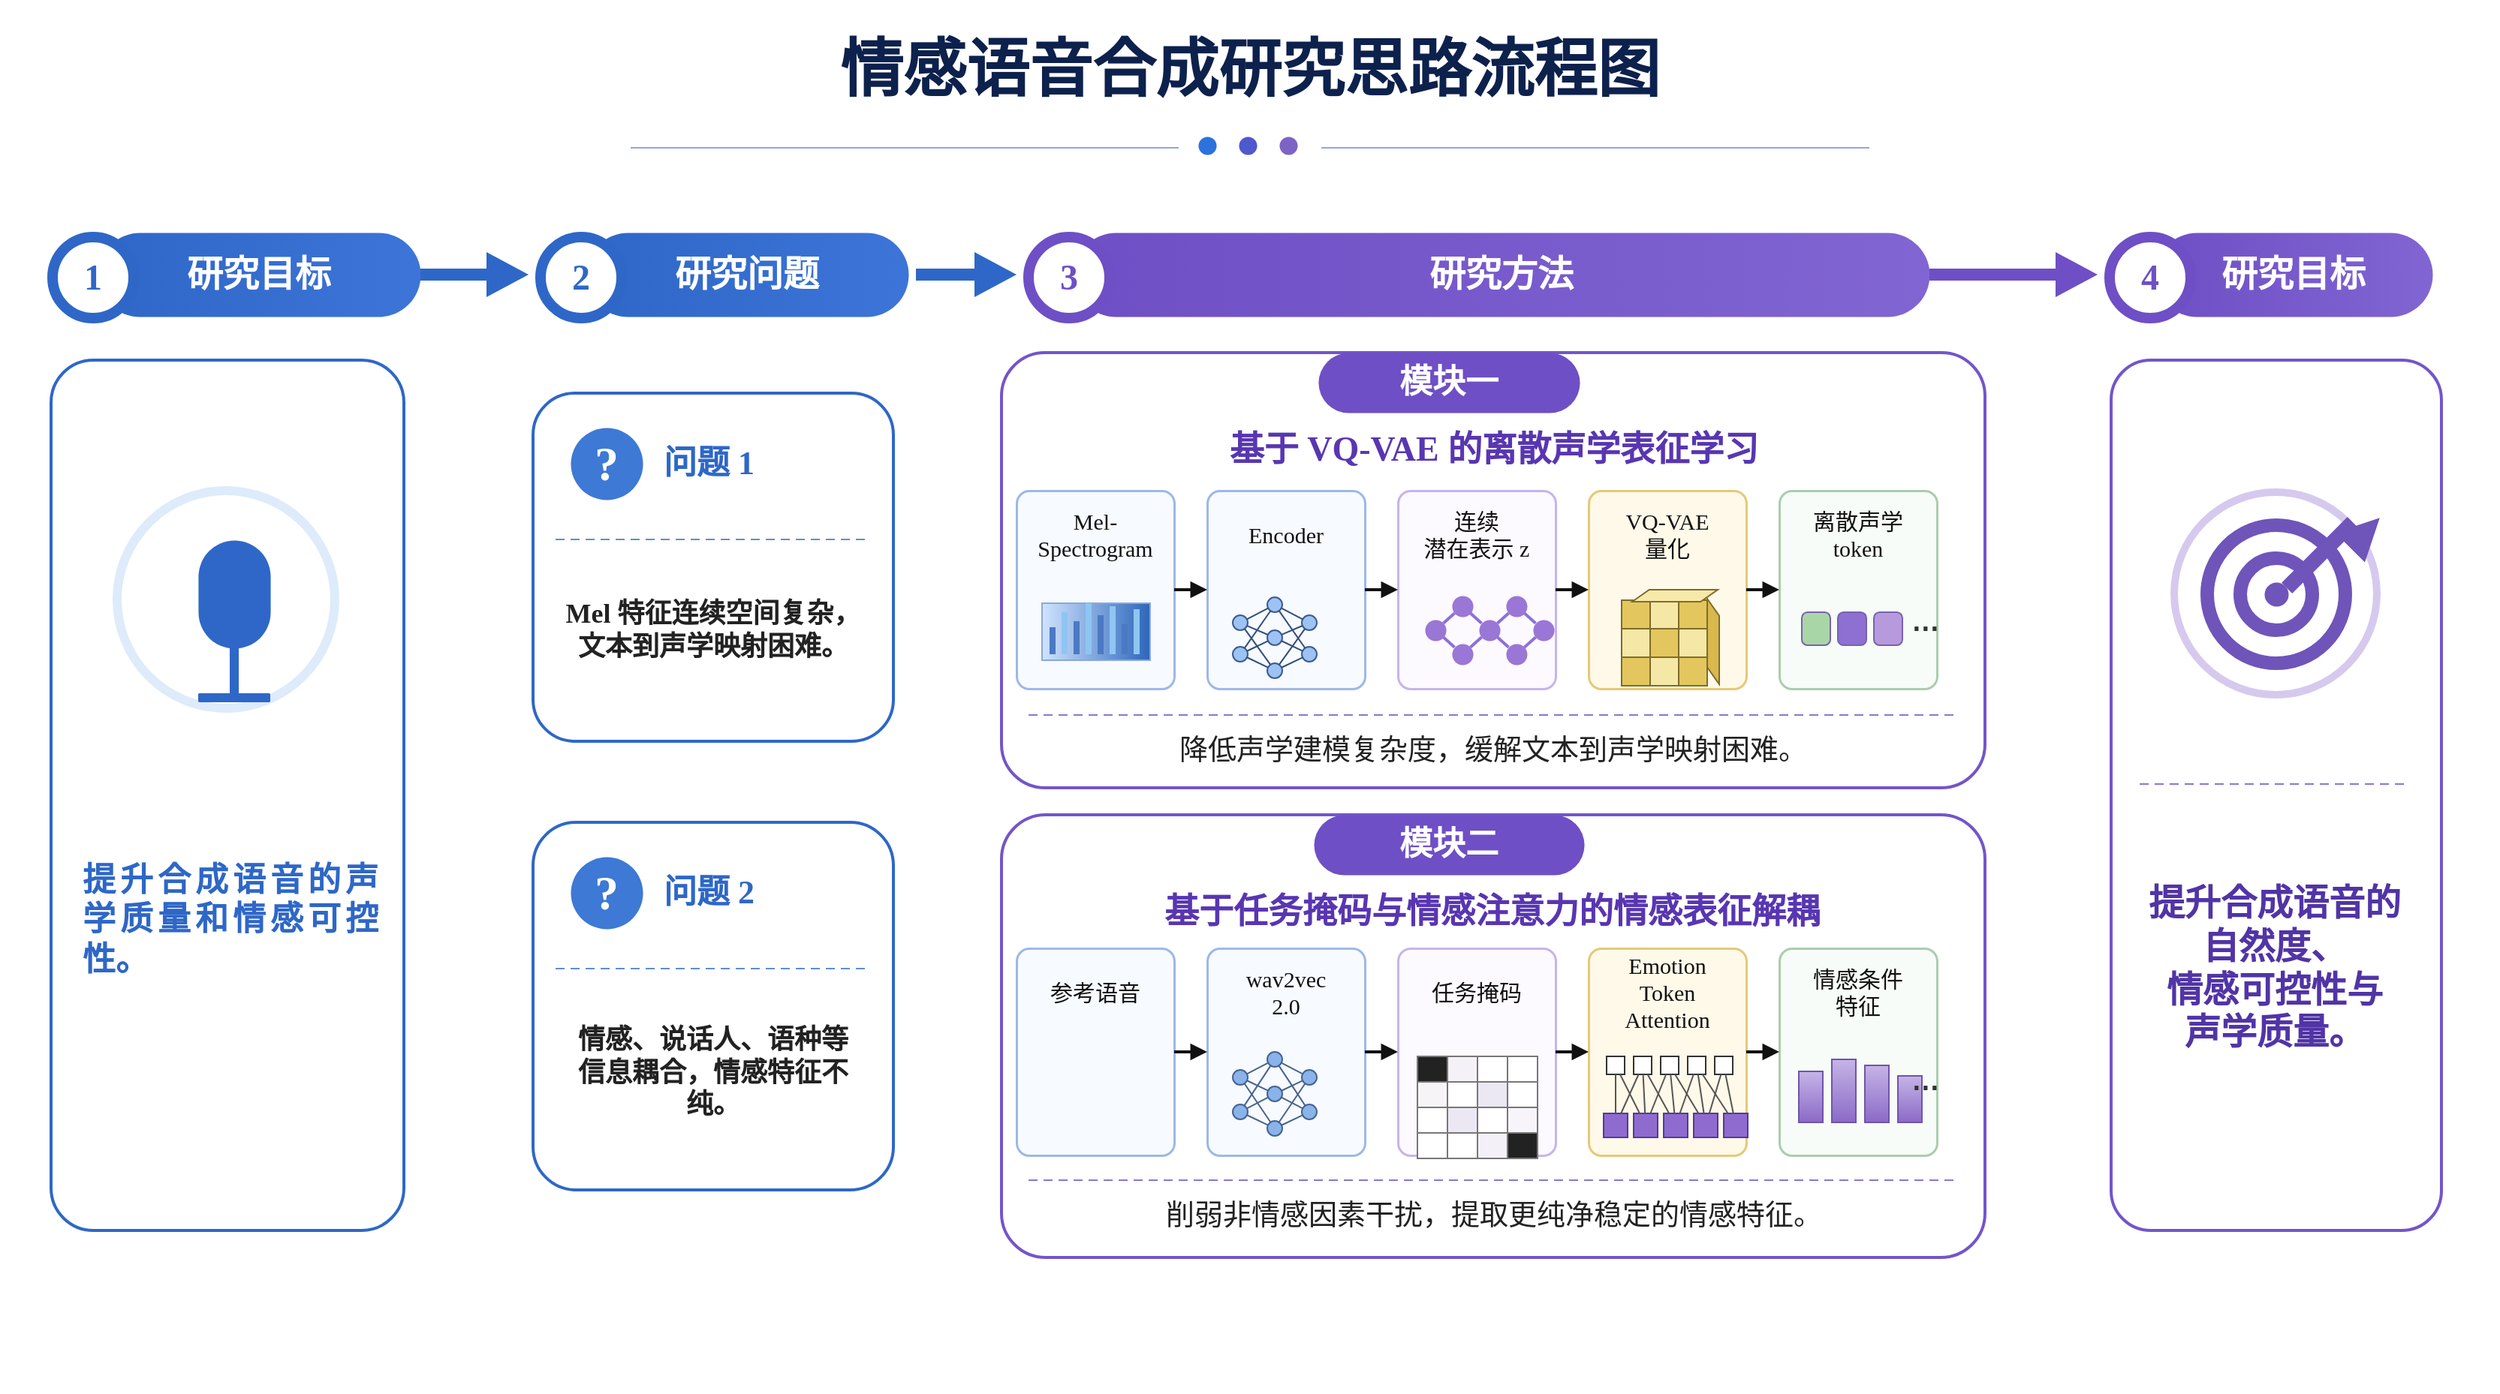
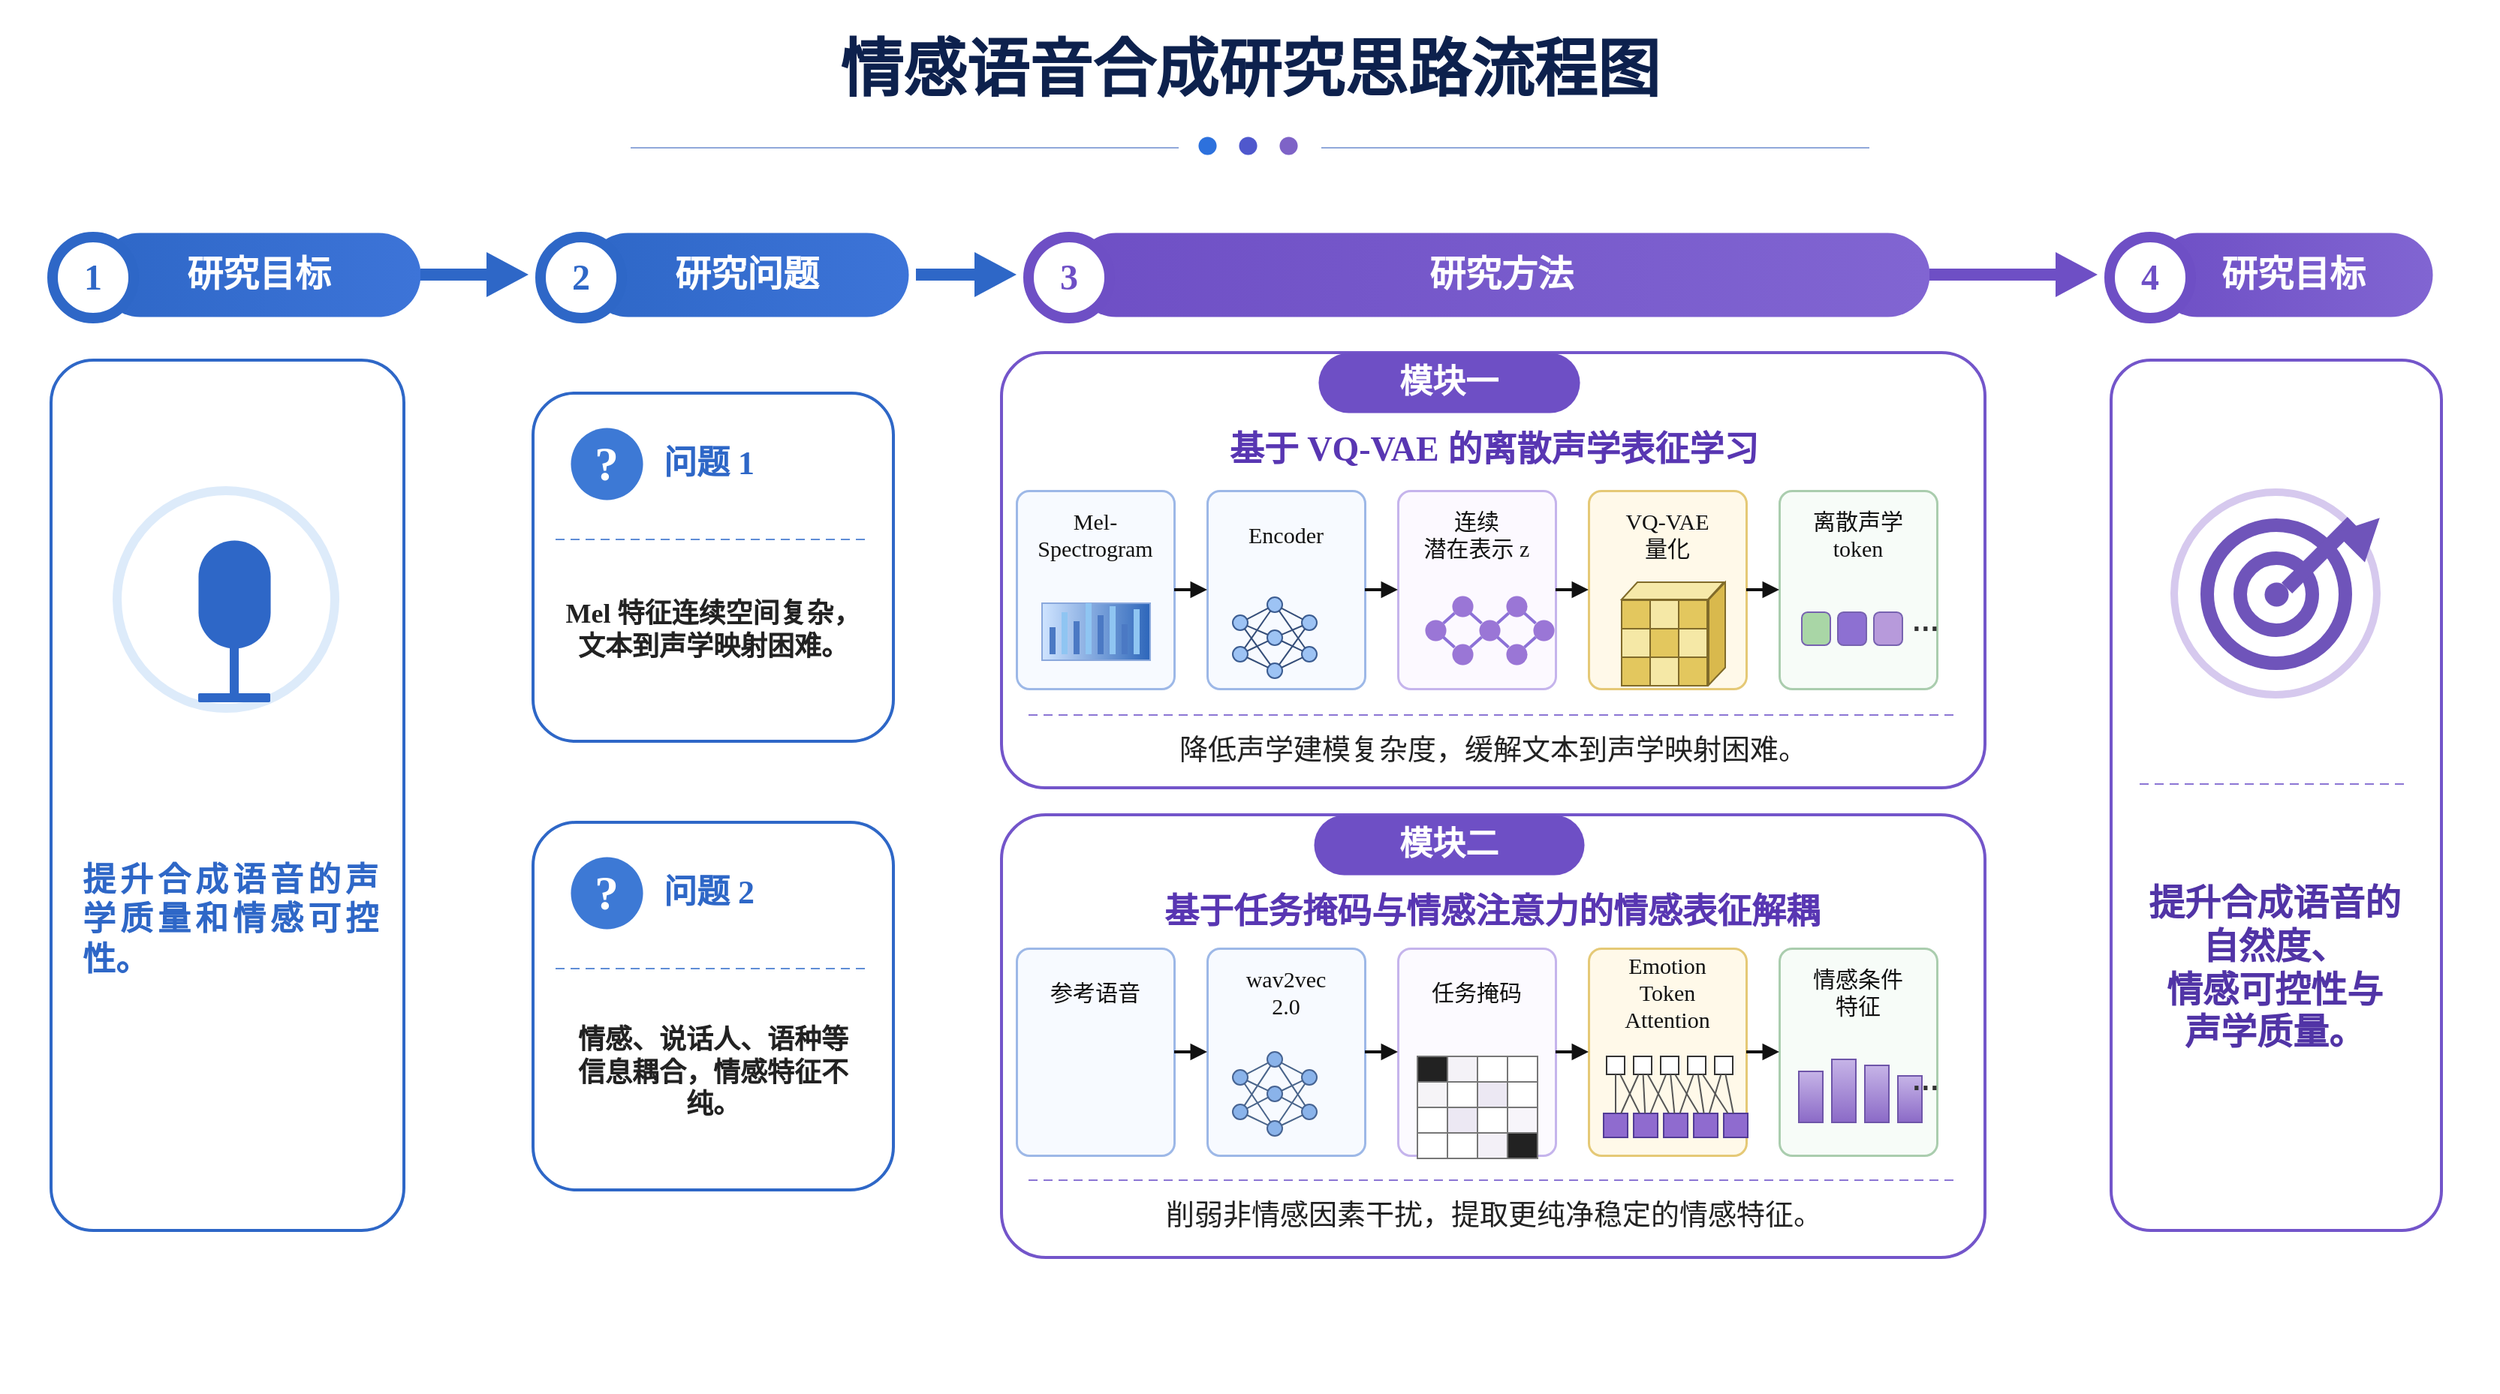
<mxfile host="app.diagrams.net">
  <diagram name="第 1 页" id="fVVEHDjkvuh4-jfM98xs">
-     <mxGraphModel dx="1717" dy="1070" grid="1" gridSize="10" guides="1" tooltips="1" connect="1" arrows="1" fold="1" page="1" pageScale="1" pageWidth="1664" pageHeight="928" math="1" shadow="0">
+     <mxGraphModel dx="1030" dy="642" grid="1" gridSize="1" guides="1" tooltips="1" connect="1" arrows="1" fold="1" page="1" pageScale="1" pageWidth="1664" pageHeight="928" math="1" shadow="0">
      <root>
        <mxCell id="0" />
        <mxCell id="1" parent="0" />
        <mxCell id="v2" parent="1" style="shape=rect;fillColor=#FFFFFF;strokeColor=none;fontFamily=Comic Sans MS;" value="" vertex="1">
          <mxGeometry height="928" width="1664" as="geometry" />
        </mxCell>
        <mxCell id="v3" parent="1" style="text;html=1;whiteSpace=wrap;align=center;verticalAlign=middle;fontFamily=Comic Sans MS;fontSize=42;fontColor=#0D214D;fontStyle=1;spacing=0;" value="情感语音合成研究思路流程图" vertex="1">
          <mxGeometry height="58" width="885" x="390" y="18" as="geometry" />
        </mxCell>
        <mxCell id="v4" parent="1" style="shape=line;strokeColor=#90A8DA;strokeWidth=1;fontFamily=Comic Sans MS;" value="" vertex="1">
          <mxGeometry height="1" width="365" x="420" y="98" as="geometry" />
        </mxCell>
        <mxCell id="v5" parent="1" style="shape=line;strokeColor=#90A8DA;strokeWidth=1;fontFamily=Comic Sans MS;" value="" vertex="1">
          <mxGeometry height="1" width="365" x="880" y="98" as="geometry" />
        </mxCell>
        <mxCell id="v6" parent="1" style="ellipse;whiteSpace=wrap;html=1;fillColor=#2D71DD;strokeColor=#2D71DD;strokeWidth=0;fontFamily=Comic Sans MS;" value="" vertex="1">
          <mxGeometry height="12" width="12" x="798" y="91" as="geometry" />
        </mxCell>
        <mxCell id="v7" parent="1" style="ellipse;whiteSpace=wrap;html=1;fillColor=#4F58CD;strokeColor=#4F58CD;strokeWidth=0;fontFamily=Comic Sans MS;" value="" vertex="1">
          <mxGeometry height="12" width="12" x="825" y="91" as="geometry" />
        </mxCell>
        <mxCell id="v8" parent="1" style="ellipse;whiteSpace=wrap;html=1;fillColor=#7E63C7;strokeColor=#7E63C7;strokeWidth=0;fontFamily=Comic Sans MS;" value="" vertex="1">
          <mxGeometry height="12" width="12" x="852" y="91" as="geometry" />
        </mxCell>
        <mxCell id="v9" parent="1" style="rounded=1;arcSize=50;whiteSpace=wrap;html=1;fillColor=#2E67C7;strokeColor=none;strokeWidth=0;fontFamily=Comic Sans MS;gradientColor=#3D74D8;gradientDirection=east;fontSize=24;fontColor=#FFFFFF;fontStyle=1;align=center;verticalAlign=middle;" value="研究目标" vertex="1">
          <mxGeometry height="56" width="215" x="65" y="155" as="geometry" />
        </mxCell>
        <mxCell id="v10" parent="1" style="ellipse;whiteSpace=wrap;html=1;fillColor=#FFFFFF;strokeColor=#2E67C7;strokeWidth=7;fontFamily=Comic Sans MS;fontSize=24;fontColor=#2E67C7;fontStyle=1;align=center;verticalAlign=middle;" value="1" vertex="1">
          <mxGeometry height="54" width="54" x="35" y="158" as="geometry" />
        </mxCell>
        <mxCell id="v11" parent="1" style="rounded=1;arcSize=50;whiteSpace=wrap;html=1;fillColor=#2E67C7;strokeColor=none;strokeWidth=0;fontFamily=Comic Sans MS;gradientColor=#3D74D8;gradientDirection=east;fontSize=24;fontColor=#FFFFFF;fontStyle=1;align=center;verticalAlign=middle;" value="研究问题" vertex="1">
          <mxGeometry height="56" width="215" x="390" y="155" as="geometry" />
        </mxCell>
        <mxCell id="v12" parent="1" style="ellipse;whiteSpace=wrap;html=1;fillColor=#FFFFFF;strokeColor=#2E67C7;strokeWidth=7;fontFamily=Comic Sans MS;fontSize=24;fontColor=#2E67C7;fontStyle=1;align=center;verticalAlign=middle;" value="2" vertex="1">
          <mxGeometry height="54" width="54" x="360" y="158" as="geometry" />
        </mxCell>
        <mxCell id="v13" parent="1" style="rounded=1;arcSize=50;whiteSpace=wrap;html=1;fillColor=#6E4FC5;strokeColor=none;strokeWidth=0;fontFamily=Comic Sans MS;gradientColor=#8165D2;gradientDirection=east;fontSize=24;fontColor=#FFFFFF;fontStyle=1;align=center;verticalAlign=middle;" value="研究方法" vertex="1">
          <mxGeometry height="56" width="570" x="715" y="155" as="geometry" />
        </mxCell>
        <mxCell id="v14" parent="1" style="ellipse;whiteSpace=wrap;html=1;fillColor=#FFFFFF;strokeColor=#6E4FC5;strokeWidth=7;fontFamily=Comic Sans MS;fontSize=24;fontColor=#6E4FC5;fontStyle=1;align=center;verticalAlign=middle;" value="3" vertex="1">
          <mxGeometry height="54" width="54" x="685" y="158" as="geometry" />
        </mxCell>
        <mxCell id="v15" parent="1" style="rounded=1;arcSize=50;whiteSpace=wrap;html=1;fillColor=#6E4FC5;strokeColor=none;strokeWidth=0;fontFamily=Comic Sans MS;gradientColor=#8165D2;gradientDirection=east;fontSize=24;fontColor=#FFFFFF;fontStyle=1;align=center;verticalAlign=middle;" value="研究目标" vertex="1">
          <mxGeometry height="56" width="185" x="1435" y="155" as="geometry" />
        </mxCell>
        <mxCell id="v16" parent="1" style="ellipse;whiteSpace=wrap;html=1;fillColor=#FFFFFF;strokeColor=#6E4FC5;strokeWidth=7;fontFamily=Comic Sans MS;fontSize=24;fontColor=#6E4FC5;fontStyle=1;align=center;verticalAlign=middle;" value="4" vertex="1">
          <mxGeometry height="54" width="54" x="1405" y="158" as="geometry" />
        </mxCell>
        <mxCell id="v17" parent="1" style="shape=rect;fillColor=#2E67C7;strokeColor=none;fontFamily=Comic Sans MS;" value="" vertex="1">
          <mxGeometry height="8" width="52" x="280" y="179" as="geometry" />
        </mxCell>
        <mxCell id="v18" parent="1" style="shape=triangle;direction=east;fillColor=#2E67C7;strokeColor=none;fontFamily=Comic Sans MS;" value="" vertex="1">
          <mxGeometry height="30" width="28" x="324" y="168" as="geometry" />
        </mxCell>
        <mxCell id="v19" parent="1" style="shape=rect;fillColor=#2E67C7;strokeColor=none;fontFamily=Comic Sans MS;" value="" vertex="1">
          <mxGeometry height="8" width="47" x="610" y="179" as="geometry" />
        </mxCell>
        <mxCell id="v20" parent="1" style="shape=triangle;direction=east;fillColor=#2E67C7;strokeColor=none;fontFamily=Comic Sans MS;" value="" vertex="1">
          <mxGeometry height="30" width="28" x="649" y="168" as="geometry" />
        </mxCell>
        <mxCell id="v21" parent="1" style="shape=rect;fillColor=#6E4FC5;strokeColor=none;fontFamily=Comic Sans MS;" value="" vertex="1">
          <mxGeometry height="8" width="92" x="1285" y="179" as="geometry" />
        </mxCell>
        <mxCell id="v22" parent="1" style="shape=triangle;direction=east;fillColor=#6E4FC5;strokeColor=none;fontFamily=Comic Sans MS;" value="" vertex="1">
          <mxGeometry height="30" width="28" x="1369" y="168" as="geometry" />
        </mxCell>
        <mxCell id="v23" parent="1" style="rounded=1;arcSize=12;whiteSpace=wrap;html=1;fillColor=#FFFFFF;strokeColor=#2E67C7;strokeWidth=2;fontFamily=Comic Sans MS;" value="" vertex="1">
          <mxGeometry height="580" width="235" x="34" y="240" as="geometry" />
        </mxCell>
        <mxCell id="v24" parent="1" style="rounded=1;arcSize=12;whiteSpace=wrap;html=1;fillColor=#FFFFFF;strokeColor=#2E67C7;strokeWidth=2;fontFamily=Comic Sans MS;" value="" vertex="1">
          <mxGeometry height="232" width="240" x="355" y="262" as="geometry" />
        </mxCell>
        <mxCell id="v25" parent="1" style="rounded=1;arcSize=12;whiteSpace=wrap;html=1;fillColor=#FFFFFF;strokeColor=#2E67C7;strokeWidth=2;fontFamily=Comic Sans MS;" value="" vertex="1">
          <mxGeometry height="245" width="240" x="355" y="548" as="geometry" />
        </mxCell>
        <mxCell id="v26" parent="1" style="rounded=1;arcSize=10;whiteSpace=wrap;html=1;fillColor=#FFFFFF;strokeColor=#7355CA;strokeWidth=2;fontFamily=Comic Sans MS;" value="" vertex="1">
          <mxGeometry height="290" width="655" x="667" y="235" as="geometry" />
        </mxCell>
        <mxCell id="v27" parent="1" style="rounded=1;arcSize=10;whiteSpace=wrap;html=1;fillColor=#FFFFFF;strokeColor=#7355CA;strokeWidth=2;fontFamily=Comic Sans MS;" value="" vertex="1">
          <mxGeometry height="295" width="655" x="667" y="543" as="geometry" />
        </mxCell>
        <mxCell id="v28" parent="1" style="rounded=1;arcSize=12;whiteSpace=wrap;html=1;fillColor=#FFFFFF;strokeColor=#7355CA;strokeWidth=2;fontFamily=Comic Sans MS;" value="" vertex="1">
          <mxGeometry height="580" width="220" x="1406" y="240" as="geometry" />
        </mxCell>
        <mxCell id="v29" parent="1" style="ellipse;whiteSpace=wrap;html=1;fillColor=#FFFFFF;strokeColor=#DDEBFA;strokeWidth=6;fontFamily=Comic Sans MS;" value="" vertex="1">
          <mxGeometry height="145" width="145" x="78" y="327" as="geometry" />
        </mxCell>
        <mxCell id="v30" parent="1" style="rounded=1;arcSize=50;whiteSpace=wrap;html=1;fillColor=#2E67C7;strokeColor=#2E67C7;strokeWidth=0;fontFamily=Comic Sans MS;" value="" vertex="1">
          <mxGeometry height="72" width="48" x="132" y="360" as="geometry" />
        </mxCell>
        <mxCell id="v31" parent="1" style="shape=mxgraph.basic.arc;startAngle=180;endAngle=360;fillColor=none;strokeColor=#2E67C7;strokeWidth=5;fontFamily=Comic Sans MS;" value="" vertex="1">
          <mxGeometry height="58" width="70" x="121" y="388" as="geometry" />
        </mxCell>
        <mxCell id="v32" parent="1" style="shape=rect;fillColor=#2E67C7;strokeColor=none;fontFamily=Comic Sans MS;" value="" vertex="1">
          <mxGeometry height="34" width="6" x="153" y="431" as="geometry" />
        </mxCell>
        <mxCell id="v33" parent="1" style="shape=rect;fillColor=#2E67C7;strokeColor=none;rounded=1;fontFamily=Comic Sans MS;" value="" vertex="1">
          <mxGeometry height="6" width="48" x="132" y="462" as="geometry" />
        </mxCell>
        <mxCell id="v34" parent="1" style="shape=mxgraph.basic.arc;startAngle=90;endAngle=270;direction=west;fillColor=none;strokeColor=#2E67C7;strokeWidth=4;fontFamily=Comic Sans MS;" value="" vertex="1">
          <mxGeometry height="38" width="18" x="90" y="380" as="geometry" />
        </mxCell>
        <mxCell id="v35" parent="1" style="shape=mxgraph.basic.arc;startAngle=90;endAngle=270;direction=west;fillColor=none;strokeColor=#2E67C7;strokeWidth=4;fontFamily=Comic Sans MS;" value="" vertex="1">
          <mxGeometry height="54" width="28" x="82" y="372" as="geometry" />
        </mxCell>
        <mxCell id="v36" parent="1" style="shape=mxgraph.basic.arc;startAngle=90;endAngle=270;direction=east;fillColor=none;strokeColor=#2E67C7;strokeWidth=4;fontFamily=Comic Sans MS;" value="" vertex="1">
          <mxGeometry height="38" width="18" x="193" y="380" as="geometry" />
        </mxCell>
        <mxCell id="v37" parent="1" style="shape=mxgraph.basic.arc;startAngle=90;endAngle=270;direction=east;fillColor=none;strokeColor=#2E67C7;strokeWidth=4;fontFamily=Comic Sans MS;" value="" vertex="1">
          <mxGeometry height="54" width="28" x="192" y="372" as="geometry" />
        </mxCell>
        <mxCell id="v38" parent="1" style="text;html=1;whiteSpace=wrap;align=left;verticalAlign=middle;fontFamily=Comic Sans MS;fontSize=22;fontColor=#111111;fontStyle=0;spacing=0;" value="&lt;div style=&quot;text-align: justify;&quot;&gt;&lt;b style=&quot;background-color: transparent; color: light-dark(rgb(46, 103, 199), rgb(237, 237, 237));&quot;&gt;提升合成语音的声学质量和情感可控性。&lt;/b&gt;&lt;/div&gt;" vertex="1">
          <mxGeometry height="225" width="195" x="55" y="500" as="geometry" />
        </mxCell>
        <mxCell id="v39" parent="1" style="ellipse;whiteSpace=wrap;html=1;fillColor=#3D79D5;strokeColor=#3D79D5;strokeWidth=0;fontFamily=Comic Sans MS;fontSize=32;fontColor=#FFFFFF;fontStyle=1;align=center;verticalAlign=middle;" value="?" vertex="1">
          <mxGeometry height="48" width="48" x="380" y="285" as="geometry" />
        </mxCell>
        <mxCell id="v40" parent="1" style="text;html=1;whiteSpace=wrap;align=left;verticalAlign=middle;fontFamily=Comic Sans MS;fontSize=22;fontColor=#2E67C7;fontStyle=1;spacing=0;" value="问题 1" vertex="1">
          <mxGeometry height="44" width="120" x="442" y="287" as="geometry" />
        </mxCell>
        <mxCell id="v41" parent="1" style="shape=line;strokeColor=#5F8DD6;strokeWidth=1;dashed=1;dashPattern=6 4;fontFamily=Comic Sans MS;" value="" vertex="1">
          <mxGeometry height="1" width="210" x="370" y="359" as="geometry" />
        </mxCell>
        <mxCell id="v42" parent="1" style="ellipse;whiteSpace=wrap;html=1;fillColor=#3D79D5;strokeColor=#3D79D5;strokeWidth=0;fontFamily=Comic Sans MS;fontSize=32;fontColor=#FFFFFF;fontStyle=1;align=center;verticalAlign=middle;" value="?" vertex="1">
          <mxGeometry height="48" width="48" x="380" y="571" as="geometry" />
        </mxCell>
        <mxCell id="v43" parent="1" style="text;html=1;whiteSpace=wrap;align=left;verticalAlign=middle;fontFamily=Comic Sans MS;fontSize=22;fontColor=#2E67C7;fontStyle=1;spacing=0;" value="问题 2" vertex="1">
          <mxGeometry height="44" width="120" x="442" y="573" as="geometry" />
        </mxCell>
        <mxCell id="v44" parent="1" style="shape=line;strokeColor=#5F8DD6;strokeWidth=1;dashed=1;dashPattern=6 4;fontFamily=Comic Sans MS;" value="" vertex="1">
          <mxGeometry height="1" width="210" x="370" y="645" as="geometry" />
        </mxCell>
        <mxCell id="v45" parent="1" style="text;html=1;whiteSpace=wrap;align=center;verticalAlign=middle;fontFamily=Comic Sans MS;fontSize=18;fontColor=#222222;fontStyle=0;spacing=0;" value="&lt;b&gt;Mel 特征连续空间复杂，&lt;br&gt;文本到声学映射困难。&lt;/b&gt;" vertex="1">
          <mxGeometry height="110" width="210" x="370" y="365" as="geometry" />
        </mxCell>
        <mxCell id="v46" parent="1" style="text;html=1;whiteSpace=wrap;align=center;verticalAlign=middle;fontFamily=Comic Sans MS;fontSize=18;fontColor=#222222;fontStyle=0;spacing=0;" value="&lt;b&gt;情感、说话人、语种等&lt;br&gt;信息耦合，情感特征不纯。&lt;/b&gt;" vertex="1">
          <mxGeometry height="115" width="210" x="370" y="657" as="geometry" />
        </mxCell>
        <mxCell id="e47" edge="1" parent="1" style="edgeStyle=orthogonalEdgeStyle;rounded=0;html=1;strokeColor=#3B72CA;strokeWidth=3;dashed=1;dashPattern=6 4;endArrow=block;endFill=1;" value="">
          <mxGeometry relative="1" as="geometry">
            <Array as="points">
              <mxPoint x="278" y="510" />
              <mxPoint x="310" y="510" />
              <mxPoint x="310" y="378" />
              <mxPoint x="350" y="378" />
            </Array>
          </mxGeometry>
        </mxCell>
        <mxCell id="e48" edge="1" parent="1" style="edgeStyle=orthogonalEdgeStyle;rounded=0;html=1;strokeColor=#3B72CA;strokeWidth=3;dashed=1;dashPattern=6 4;endArrow=block;endFill=1;" value="">
          <mxGeometry relative="1" as="geometry">
            <Array as="points">
              <mxPoint x="278" y="510" />
              <mxPoint x="310" y="510" />
              <mxPoint x="310" y="670" />
              <mxPoint x="350" y="670" />
            </Array>
          </mxGeometry>
        </mxCell>
        <mxCell id="e49" edge="1" parent="1" style="edgeStyle=orthogonalEdgeStyle;rounded=0;html=1;strokeColor=#6E4FC5;strokeWidth=3;dashed=1;dashPattern=6 4;endArrow=block;endFill=1;" value="">
          <mxGeometry relative="1" as="geometry">
            <Array as="points">
              <mxPoint x="595" y="378" />
              <mxPoint x="625" y="378" />
              <mxPoint x="625" y="356" />
              <mxPoint x="665" y="356" />
            </Array>
          </mxGeometry>
        </mxCell>
        <mxCell id="e50" edge="1" parent="1" style="edgeStyle=orthogonalEdgeStyle;rounded=0;html=1;strokeColor=#6E4FC5;strokeWidth=3;dashed=1;dashPattern=6 4;endArrow=block;endFill=1;" value="">
          <mxGeometry relative="1" as="geometry">
            <Array as="points">
              <mxPoint x="595" y="670" />
              <mxPoint x="625" y="670" />
              <mxPoint x="625" y="695" />
              <mxPoint x="665" y="695" />
            </Array>
          </mxGeometry>
        </mxCell>
        <mxCell id="v51" parent="1" style="rounded=1;arcSize=50;whiteSpace=wrap;html=1;fillColor=#6E4FC5;strokeColor=#6E4FC5;strokeWidth=0;fontFamily=Comic Sans MS;fontSize=22;fontColor=#FFFFFF;fontStyle=1;align=center;verticalAlign=middle;" value="模块一" vertex="1">
          <mxGeometry height="40" width="174" x="878" y="235" as="geometry" />
        </mxCell>
        <mxCell id="v52" parent="1" style="rounded=1;arcSize=50;whiteSpace=wrap;html=1;fillColor=#6E4FC5;strokeColor=#6E4FC5;strokeWidth=0;fontFamily=Comic Sans MS;fontSize=22;fontColor=#FFFFFF;fontStyle=1;align=center;verticalAlign=middle;" value="模块二" vertex="1">
          <mxGeometry height="40" width="180" x="875" y="543" as="geometry" />
        </mxCell>
        <mxCell id="v53" parent="1" style="text;html=1;whiteSpace=wrap;align=center;verticalAlign=middle;fontFamily=Comic Sans MS;fontSize=23;fontColor=#5836B2;fontStyle=1;spacing=0;" value="基于 VQ-VAE 的离散声学表征学习" vertex="1">
          <mxGeometry height="38" width="520" x="735" y="280" as="geometry" />
        </mxCell>
        <mxCell id="v54" parent="1" style="text;html=1;whiteSpace=wrap;align=center;verticalAlign=middle;fontFamily=Comic Sans MS;fontSize=23;fontColor=#5836B2;fontStyle=1;spacing=0;" value="基于任务掩码与情感注意力的情感表征解耦" vertex="1">
          <mxGeometry height="38" width="580" x="704" y="588" as="geometry" />
        </mxCell>
        <mxCell id="v55" parent="1" style="rounded=1;arcSize=8;whiteSpace=wrap;html=1;fillColor=#F7FAFF;strokeColor=#9DB8E7;strokeWidth=1.5;fontFamily=Comic Sans MS;" value="" vertex="1">
          <mxGeometry height="132" width="105" x="677" y="327" as="geometry" />
        </mxCell>
        <mxCell id="v56" parent="1" style="text;html=1;whiteSpace=wrap;align=center;verticalAlign=middle;fontFamily=Comic Sans MS;fontSize=15;fontColor=#111111;fontStyle=0;spacing=0;" value="Mel-&lt;br&gt;Spectrogram" vertex="1">
          <mxGeometry height="42" width="95" x="682" y="335" as="geometry" />
        </mxCell>
        <mxCell id="v57" parent="1" style="rounded=1;arcSize=8;whiteSpace=wrap;html=1;fillColor=#F7FAFF;strokeColor=#9DB8E7;strokeWidth=1.5;fontFamily=Comic Sans MS;" value="" vertex="1">
          <mxGeometry height="132" width="105" x="804" y="327" as="geometry" />
        </mxCell>
        <mxCell id="v58" parent="1" style="text;html=1;whiteSpace=wrap;align=center;verticalAlign=middle;fontFamily=Comic Sans MS;fontSize=15;fontColor=#111111;fontStyle=0;spacing=0;" value="Encoder" vertex="1">
          <mxGeometry height="42" width="95" x="809" y="335" as="geometry" />
        </mxCell>
        <mxCell id="v59" parent="1" style="rounded=1;arcSize=8;whiteSpace=wrap;html=1;fillColor=#FCF9FF;strokeColor=#C5B4EC;strokeWidth=1.5;fontFamily=Comic Sans MS;" value="" vertex="1">
          <mxGeometry height="132" width="105" x="931" y="327" as="geometry" />
        </mxCell>
        <mxCell id="v60" parent="1" style="text;html=1;whiteSpace=wrap;align=center;verticalAlign=middle;fontFamily=Comic Sans MS;fontSize=15;fontColor=#111111;fontStyle=0;spacing=0;" value="连续&lt;br&gt;潜在表示 z" vertex="1">
          <mxGeometry height="42" width="95" x="936" y="335" as="geometry" />
        </mxCell>
        <mxCell id="v61" parent="1" style="rounded=1;arcSize=8;whiteSpace=wrap;html=1;fillColor=#FFF9E9;strokeColor=#E5C976;strokeWidth=1.5;fontFamily=Comic Sans MS;" value="" vertex="1">
          <mxGeometry height="132" width="105" x="1058" y="327" as="geometry" />
        </mxCell>
        <mxCell id="v62" parent="1" style="text;html=1;whiteSpace=wrap;align=center;verticalAlign=middle;fontFamily=Comic Sans MS;fontSize=15;fontColor=#111111;fontStyle=0;spacing=0;" value="VQ-VAE&lt;br&gt;量化" vertex="1">
          <mxGeometry height="42" width="95" x="1063" y="335" as="geometry" />
        </mxCell>
        <mxCell id="v63" parent="1" style="rounded=1;arcSize=8;whiteSpace=wrap;html=1;fillColor=#F7FCF8;strokeColor=#AACDAE;strokeWidth=1.5;fontFamily=Comic Sans MS;" value="" vertex="1">
          <mxGeometry height="132" width="105" x="1185" y="327" as="geometry" />
        </mxCell>
        <mxCell id="v64" parent="1" style="text;html=1;whiteSpace=wrap;align=center;verticalAlign=middle;fontFamily=Comic Sans MS;fontSize=15;fontColor=#111111;fontStyle=0;spacing=0;" value="离散声学&lt;br&gt;token" vertex="1">
          <mxGeometry height="42" width="95" x="1190" y="335" as="geometry" />
        </mxCell>
        <mxCell id="e65" edge="1" parent="1" source="v55" style="edgeStyle=orthogonalEdgeStyle;rounded=0;html=1;strokeColor=#111111;strokeWidth=2;endArrow=block;endFill=1;fontFamily=Comic Sans MS;" target="v57" value="">
          <mxGeometry relative="1" as="geometry" />
        </mxCell>
        <mxCell id="e66" edge="1" parent="1" source="v57" style="edgeStyle=orthogonalEdgeStyle;rounded=0;html=1;strokeColor=#111111;strokeWidth=2;endArrow=block;endFill=1;fontFamily=Comic Sans MS;" target="v59" value="">
          <mxGeometry relative="1" as="geometry" />
        </mxCell>
        <mxCell id="e67" edge="1" parent="1" source="v59" style="edgeStyle=orthogonalEdgeStyle;rounded=0;html=1;strokeColor=#111111;strokeWidth=2;endArrow=block;endFill=1;fontFamily=Comic Sans MS;" target="v61" value="">
          <mxGeometry relative="1" as="geometry" />
        </mxCell>
        <mxCell id="e68" edge="1" parent="1" source="v61" style="edgeStyle=orthogonalEdgeStyle;rounded=0;html=1;strokeColor=#111111;strokeWidth=2;endArrow=block;endFill=1;fontFamily=Comic Sans MS;" target="v63" value="">
          <mxGeometry relative="1" as="geometry" />
        </mxCell>
        <mxCell id="v69" parent="1" style="shape=rect;rounded=0;fillColor=#CFE4FF;gradientColor=#2D66BA;gradientDirection=east;strokeColor=#8AA8DC;fontFamily=Comic Sans MS;" value="" vertex="1">
          <mxGeometry height="38" width="72" x="694" y="402" as="geometry" />
        </mxCell>
        <mxCell id="v70" parent="1" style="shape=rect;fillColor=#4B79C4;strokeColor=none;fontFamily=Comic Sans MS;" value="" vertex="1">
          <mxGeometry height="18" width="4" x="699" y="418" as="geometry" />
        </mxCell>
        <mxCell id="v71" parent="1" style="shape=rect;fillColor=#8FC5F2;strokeColor=none;fontFamily=Comic Sans MS;" value="" vertex="1">
          <mxGeometry height="28" width="4" x="707" y="408" as="geometry" />
        </mxCell>
        <mxCell id="v72" parent="1" style="shape=rect;fillColor=#4B79C4;strokeColor=none;fontFamily=Comic Sans MS;" value="" vertex="1">
          <mxGeometry height="22" width="4" x="715" y="414" as="geometry" />
        </mxCell>
        <mxCell id="v73" parent="1" style="shape=rect;fillColor=#8FC5F2;strokeColor=none;fontFamily=Comic Sans MS;" value="" vertex="1">
          <mxGeometry height="34" width="4" x="723" y="402" as="geometry" />
        </mxCell>
        <mxCell id="v74" parent="1" style="shape=rect;fillColor=#4B79C4;strokeColor=none;fontFamily=Comic Sans MS;" value="" vertex="1">
          <mxGeometry height="26" width="4" x="731" y="410" as="geometry" />
        </mxCell>
        <mxCell id="v75" parent="1" style="shape=rect;fillColor=#8FC5F2;strokeColor=none;fontFamily=Comic Sans MS;" value="" vertex="1">
          <mxGeometry height="32" width="4" x="739" y="404" as="geometry" />
        </mxCell>
        <mxCell id="v76" parent="1" style="shape=rect;fillColor=#4B79C4;strokeColor=none;fontFamily=Comic Sans MS;" value="" vertex="1">
          <mxGeometry height="20" width="4" x="747" y="416" as="geometry" />
        </mxCell>
        <mxCell id="v77" parent="1" style="shape=rect;fillColor=#8FC5F2;strokeColor=none;fontFamily=Comic Sans MS;" value="" vertex="1">
          <mxGeometry height="30" width="4" x="755" y="406" as="geometry" />
        </mxCell>
        <mxCell id="v78" parent="1" style="ellipse;whiteSpace=wrap;html=1;fillColor=#9DC3F4;strokeColor=#3B5C91;strokeWidth=1;fontFamily=Comic Sans MS;" value="" vertex="1">
          <mxGeometry height="10" width="10" x="821" y="410" as="geometry" />
        </mxCell>
        <mxCell id="v79" parent="1" style="ellipse;whiteSpace=wrap;html=1;fillColor=#9DC3F4;strokeColor=#3B5C91;strokeWidth=1;fontFamily=Comic Sans MS;" value="" vertex="1">
          <mxGeometry height="10" width="10" x="821" y="431" as="geometry" />
        </mxCell>
        <mxCell id="v80" parent="1" style="ellipse;whiteSpace=wrap;html=1;fillColor=#9DC3F4;strokeColor=#3B5C91;strokeWidth=1;fontFamily=Comic Sans MS;" value="" vertex="1">
          <mxGeometry height="10" width="10" x="844" y="398" as="geometry" />
        </mxCell>
        <mxCell id="v81" parent="1" style="ellipse;whiteSpace=wrap;html=1;fillColor=#9DC3F4;strokeColor=#3B5C91;strokeWidth=1;fontFamily=Comic Sans MS;" value="" vertex="1">
          <mxGeometry height="10" width="10" x="844" y="420" as="geometry" />
        </mxCell>
        <mxCell id="v82" parent="1" style="ellipse;whiteSpace=wrap;html=1;fillColor=#9DC3F4;strokeColor=#3B5C91;strokeWidth=1;fontFamily=Comic Sans MS;" value="" vertex="1">
          <mxGeometry height="10" width="10" x="844" y="442" as="geometry" />
        </mxCell>
        <mxCell id="v83" parent="1" style="ellipse;whiteSpace=wrap;html=1;fillColor=#9DC3F4;strokeColor=#3B5C91;strokeWidth=1;fontFamily=Comic Sans MS;" value="" vertex="1">
          <mxGeometry height="10" width="10" x="867" y="410" as="geometry" />
        </mxCell>
        <mxCell id="v84" parent="1" style="ellipse;whiteSpace=wrap;html=1;fillColor=#9DC3F4;strokeColor=#3B5C91;strokeWidth=1;fontFamily=Comic Sans MS;" value="" vertex="1">
          <mxGeometry height="10" width="10" x="867" y="431" as="geometry" />
        </mxCell>
        <mxCell id="e85" edge="1" parent="1" source="v78" style="edgeStyle=none;html=1;strokeColor=#344D78;strokeWidth=1;endArrow=none;fontFamily=Comic Sans MS;" target="v80" value="">
          <mxGeometry relative="1" as="geometry" />
        </mxCell>
        <mxCell id="e86" edge="1" parent="1" source="v78" style="edgeStyle=none;html=1;strokeColor=#344D78;strokeWidth=1;endArrow=none;fontFamily=Comic Sans MS;" target="v81" value="">
          <mxGeometry relative="1" as="geometry" />
        </mxCell>
        <mxCell id="e87" edge="1" parent="1" source="v78" style="edgeStyle=none;html=1;strokeColor=#344D78;strokeWidth=1;endArrow=none;fontFamily=Comic Sans MS;" target="v82" value="">
          <mxGeometry relative="1" as="geometry" />
        </mxCell>
        <mxCell id="e88" edge="1" parent="1" source="v79" style="edgeStyle=none;html=1;strokeColor=#344D78;strokeWidth=1;endArrow=none;fontFamily=Comic Sans MS;" target="v80" value="">
          <mxGeometry relative="1" as="geometry" />
        </mxCell>
        <mxCell id="e89" edge="1" parent="1" source="v79" style="edgeStyle=none;html=1;strokeColor=#344D78;strokeWidth=1;endArrow=none;fontFamily=Comic Sans MS;" target="v81" value="">
          <mxGeometry relative="1" as="geometry" />
        </mxCell>
        <mxCell id="e90" edge="1" parent="1" source="v79" style="edgeStyle=none;html=1;strokeColor=#344D78;strokeWidth=1;endArrow=none;fontFamily=Comic Sans MS;" target="v82" value="">
          <mxGeometry relative="1" as="geometry" />
        </mxCell>
        <mxCell id="e91" edge="1" parent="1" source="v80" style="edgeStyle=none;html=1;strokeColor=#344D78;strokeWidth=1;endArrow=none;fontFamily=Comic Sans MS;" target="v83" value="">
          <mxGeometry relative="1" as="geometry" />
        </mxCell>
        <mxCell id="e92" edge="1" parent="1" source="v80" style="edgeStyle=none;html=1;strokeColor=#344D78;strokeWidth=1;endArrow=none;fontFamily=Comic Sans MS;" target="v84" value="">
          <mxGeometry relative="1" as="geometry" />
        </mxCell>
        <mxCell id="e93" edge="1" parent="1" source="v81" style="edgeStyle=none;html=1;strokeColor=#344D78;strokeWidth=1;endArrow=none;fontFamily=Comic Sans MS;" target="v83" value="">
          <mxGeometry relative="1" as="geometry" />
        </mxCell>
        <mxCell id="e94" edge="1" parent="1" source="v81" style="edgeStyle=none;html=1;strokeColor=#344D78;strokeWidth=1;endArrow=none;fontFamily=Comic Sans MS;" target="v84" value="">
          <mxGeometry relative="1" as="geometry" />
        </mxCell>
        <mxCell id="e95" edge="1" parent="1" source="v82" style="edgeStyle=none;html=1;strokeColor=#344D78;strokeWidth=1;endArrow=none;fontFamily=Comic Sans MS;" target="v83" value="">
          <mxGeometry relative="1" as="geometry" />
        </mxCell>
        <mxCell id="e96" edge="1" parent="1" source="v82" style="edgeStyle=none;html=1;strokeColor=#344D78;strokeWidth=1;endArrow=none;fontFamily=Comic Sans MS;" target="v84" value="">
          <mxGeometry relative="1" as="geometry" />
        </mxCell>
        <mxCell id="v97" parent="1" style="ellipse;whiteSpace=wrap;html=1;fillColor=#9A76D6;strokeColor=#9A76D6;strokeWidth=0;fontFamily=Comic Sans MS;" value="" vertex="1">
          <mxGeometry height="14" width="14" x="949" y="413" as="geometry" />
        </mxCell>
        <mxCell id="v98" parent="1" style="ellipse;whiteSpace=wrap;html=1;fillColor=#9A76D6;strokeColor=#9A76D6;strokeWidth=0;fontFamily=Comic Sans MS;" value="" vertex="1">
          <mxGeometry height="14" width="14" x="967" y="397" as="geometry" />
        </mxCell>
        <mxCell id="v99" parent="1" style="ellipse;whiteSpace=wrap;html=1;fillColor=#9A76D6;strokeColor=#9A76D6;strokeWidth=0;fontFamily=Comic Sans MS;" value="" vertex="1">
          <mxGeometry height="14" width="14" x="967" y="429" as="geometry" />
        </mxCell>
        <mxCell id="v100" parent="1" style="ellipse;whiteSpace=wrap;html=1;fillColor=#9A76D6;strokeColor=#9A76D6;strokeWidth=0;fontFamily=Comic Sans MS;" value="" vertex="1">
          <mxGeometry height="14" width="14" x="985" y="413" as="geometry" />
        </mxCell>
        <mxCell id="v101" parent="1" style="ellipse;whiteSpace=wrap;html=1;fillColor=#9A76D6;strokeColor=#9A76D6;strokeWidth=0;fontFamily=Comic Sans MS;" value="" vertex="1">
          <mxGeometry height="14" width="14" x="1003" y="397" as="geometry" />
        </mxCell>
        <mxCell id="v102" parent="1" style="ellipse;whiteSpace=wrap;html=1;fillColor=#9A76D6;strokeColor=#9A76D6;strokeWidth=0;fontFamily=Comic Sans MS;" value="" vertex="1">
          <mxGeometry height="14" width="14" x="1003" y="429" as="geometry" />
        </mxCell>
        <mxCell id="v103" parent="1" style="ellipse;whiteSpace=wrap;html=1;fillColor=#9A76D6;strokeColor=#9A76D6;strokeWidth=0;fontFamily=Comic Sans MS;" value="" vertex="1">
          <mxGeometry height="14" width="14" x="1021" y="413" as="geometry" />
        </mxCell>
        <mxCell id="e104" edge="1" parent="1" source="v97" style="edgeStyle=none;html=1;strokeColor=#8C71D7;strokeWidth=2;endArrow=none;fontFamily=Comic Sans MS;" target="v98" value="">
          <mxGeometry relative="1" as="geometry" />
        </mxCell>
        <mxCell id="e105" edge="1" parent="1" source="v97" style="edgeStyle=none;html=1;strokeColor=#8C71D7;strokeWidth=2;endArrow=none;fontFamily=Comic Sans MS;" target="v99" value="">
          <mxGeometry relative="1" as="geometry" />
        </mxCell>
        <mxCell id="e106" edge="1" parent="1" source="v98" style="edgeStyle=none;html=1;strokeColor=#8C71D7;strokeWidth=2;endArrow=none;fontFamily=Comic Sans MS;" target="v100" value="">
          <mxGeometry relative="1" as="geometry" />
        </mxCell>
        <mxCell id="e107" edge="1" parent="1" source="v99" style="edgeStyle=none;html=1;strokeColor=#8C71D7;strokeWidth=2;endArrow=none;fontFamily=Comic Sans MS;" target="v100" value="">
          <mxGeometry relative="1" as="geometry" />
        </mxCell>
        <mxCell id="e108" edge="1" parent="1" source="v100" style="edgeStyle=none;html=1;strokeColor=#8C71D7;strokeWidth=2;endArrow=none;fontFamily=Comic Sans MS;" target="v101" value="">
          <mxGeometry relative="1" as="geometry" />
        </mxCell>
        <mxCell id="e109" edge="1" parent="1" source="v100" style="edgeStyle=none;html=1;strokeColor=#8C71D7;strokeWidth=2;endArrow=none;fontFamily=Comic Sans MS;" target="v102" value="">
          <mxGeometry relative="1" as="geometry" />
        </mxCell>
        <mxCell id="e110" edge="1" parent="1" source="v101" style="edgeStyle=none;html=1;strokeColor=#8C71D7;strokeWidth=2;endArrow=none;fontFamily=Comic Sans MS;" target="v103" value="">
          <mxGeometry relative="1" as="geometry" />
        </mxCell>
        <mxCell id="e111" edge="1" parent="1" source="v102" style="edgeStyle=none;html=1;strokeColor=#8C71D7;strokeWidth=2;endArrow=none;fontFamily=Comic Sans MS;" target="v103" value="">
          <mxGeometry relative="1" as="geometry" />
        </mxCell>
        <mxCell id="v112" parent="1" style="shape=rect;fillColor=#E3C75E;strokeColor=#806B2A;strokeWidth=1;fontFamily=Comic Sans MS;" value="" vertex="1">
          <mxGeometry height="19" width="19" x="1080" y="400" as="geometry" />
        </mxCell>
        <mxCell id="v113" parent="1" style="shape=rect;fillColor=#F5E8A6;strokeColor=#806B2A;strokeWidth=1;fontFamily=Comic Sans MS;" value="" vertex="1">
          <mxGeometry height="19" width="19" x="1099" y="400" as="geometry" />
        </mxCell>
        <mxCell id="v114" parent="1" style="shape=rect;fillColor=#E3C75E;strokeColor=#806B2A;strokeWidth=1;fontFamily=Comic Sans MS;" value="" vertex="1">
          <mxGeometry height="19" width="19" x="1118" y="400" as="geometry" />
        </mxCell>
        <mxCell id="v115" parent="1" style="shape=rect;fillColor=#F5E8A6;strokeColor=#806B2A;strokeWidth=1;fontFamily=Comic Sans MS;" value="" vertex="1">
          <mxGeometry height="19" width="19" x="1080" y="419" as="geometry" />
        </mxCell>
        <mxCell id="v116" parent="1" style="shape=rect;fillColor=#E3C75E;strokeColor=#806B2A;strokeWidth=1;fontFamily=Comic Sans MS;" value="" vertex="1">
          <mxGeometry height="19" width="19" x="1099" y="419" as="geometry" />
        </mxCell>
        <mxCell id="v117" parent="1" style="shape=rect;fillColor=#F5E8A6;strokeColor=#806B2A;strokeWidth=1;fontFamily=Comic Sans MS;" value="" vertex="1">
          <mxGeometry height="19" width="19" x="1118" y="419" as="geometry" />
        </mxCell>
        <mxCell id="v118" parent="1" style="shape=rect;fillColor=#E3C75E;strokeColor=#806B2A;strokeWidth=1;fontFamily=Comic Sans MS;" value="" vertex="1">
          <mxGeometry height="19" width="19" x="1080" y="438" as="geometry" />
        </mxCell>
        <mxCell id="v119" parent="1" style="shape=rect;fillColor=#F5E8A6;strokeColor=#806B2A;strokeWidth=1;fontFamily=Comic Sans MS;" value="" vertex="1">
          <mxGeometry height="19" width="19" x="1099" y="438" as="geometry" />
        </mxCell>
        <mxCell id="v120" parent="1" style="shape=rect;fillColor=#E3C75E;strokeColor=#806B2A;strokeWidth=1;fontFamily=Comic Sans MS;" value="" vertex="1">
          <mxGeometry height="19" width="19" x="1118" y="438" as="geometry" />
        </mxCell>
-         <mxCell id="v121" parent="1" style="shape=parallelogram;fillColor=#F6E9A9;strokeColor=#806B2A;strokeWidth=1;fontFamily=Comic Sans MS;" value="" vertex="1">
-           <mxGeometry height="8" width="57" x="1087" y="393" as="geometry" />
-         </mxCell>
-         <mxCell id="v122" parent="1" style="shape=parallelogram;direction=south;fillColor=#D9B94D;strokeColor=#806B2A;strokeWidth=1;fontFamily=Comic Sans MS;" value="" vertex="1">
-           <mxGeometry height="57" width="8" x="1137" y="399" as="geometry" />
+         <mxCell id="v121" parent="1" style="shape=parallelogram;fillColor=#F6E9A9;strokeColor=#806B2A;strokeWidth=1;fontFamily=Comic Sans MS;size=0.15441176470588236;" value="" vertex="1">
+           <mxGeometry height="11.5" width="68" x="1080" y="388" as="geometry" />
+         </mxCell>
+         <mxCell id="v122" parent="1" style="shape=parallelogram;direction=south;fillColor=#D9B94D;strokeColor=#806B2A;strokeWidth=1;fontFamily=Comic Sans MS;flipV=1;legacyAnchorPoints=0;size=0.16970802919708028;" value="" vertex="1">
+           <mxGeometry height="68.5" width="11" x="1138" y="388" as="geometry" />
        </mxCell>
        <mxCell id="v123" parent="1" style="rounded=1;arcSize=20;whiteSpace=wrap;html=1;fillColor=#A9D6A6;strokeColor=#7762B0;strokeWidth=1;fontFamily=Comic Sans MS;" value="" vertex="1">
          <mxGeometry height="22" width="19" x="1200" y="408" as="geometry" />
        </mxCell>
        <mxCell id="v124" parent="1" style="rounded=1;arcSize=20;whiteSpace=wrap;html=1;fillColor=#8D70D2;strokeColor=#7762B0;strokeWidth=1;fontFamily=Comic Sans MS;" value="" vertex="1">
          <mxGeometry height="22" width="19" x="1224" y="408" as="geometry" />
        </mxCell>
        <mxCell id="v125" parent="1" style="rounded=1;arcSize=20;whiteSpace=wrap;html=1;fillColor=#B79ADB;strokeColor=#7762B0;strokeWidth=1;fontFamily=Comic Sans MS;" value="" vertex="1">
          <mxGeometry height="22" width="19" x="1248" y="408" as="geometry" />
        </mxCell>
        <mxCell id="v126" parent="1" style="text;html=1;whiteSpace=wrap;align=center;verticalAlign=middle;fontFamily=Comic Sans MS;fontSize=18;fontColor=#333333;fontStyle=1;spacing=0;" value="⋯" vertex="1">
          <mxGeometry height="20" width="12" x="1276" y="409" as="geometry" />
        </mxCell>
        <mxCell id="v127" parent="1" style="shape=line;strokeColor=#8B75D4;strokeWidth=1;dashed=1;dashPattern=6 4;fontFamily=Comic Sans MS;" value="" vertex="1">
          <mxGeometry height="1" width="620" x="685" y="476" as="geometry" />
        </mxCell>
        <mxCell id="v128" parent="1" style="text;html=1;whiteSpace=wrap;align=center;verticalAlign=middle;fontFamily=Comic Sans MS;fontSize=19;fontColor=#222222;fontStyle=0;spacing=0;" value="降低声学建模复杂度，缓解文本到声学映射困难。" vertex="1">
          <mxGeometry height="30" width="575" x="707" y="485" as="geometry" />
        </mxCell>
        <mxCell id="v129" parent="1" style="rounded=1;arcSize=8;whiteSpace=wrap;html=1;fillColor=#F7FAFF;strokeColor=#9DB8E7;strokeWidth=1.5;fontFamily=Comic Sans MS;" value="" vertex="1">
          <mxGeometry height="138" width="105" x="677" y="632" as="geometry" />
        </mxCell>
        <mxCell id="v130" parent="1" style="text;html=1;whiteSpace=wrap;align=center;verticalAlign=middle;fontFamily=Comic Sans MS;fontSize=15;fontColor=#111111;fontStyle=0;spacing=0;" value="参考语音" vertex="1">
          <mxGeometry height="42" width="95" x="682" y="640" as="geometry" />
        </mxCell>
        <mxCell id="v131" parent="1" style="rounded=1;arcSize=8;whiteSpace=wrap;html=1;fillColor=#F7FAFF;strokeColor=#9DB8E7;strokeWidth=1.5;fontFamily=Comic Sans MS;" value="" vertex="1">
          <mxGeometry height="138" width="105" x="804" y="632" as="geometry" />
        </mxCell>
        <mxCell id="v132" parent="1" style="text;html=1;whiteSpace=wrap;align=center;verticalAlign=middle;fontFamily=Comic Sans MS;fontSize=15;fontColor=#111111;fontStyle=0;spacing=0;" value="wav2vec&lt;br&gt;2.0" vertex="1">
          <mxGeometry height="42" width="95" x="809" y="640" as="geometry" />
        </mxCell>
        <mxCell id="v133" parent="1" style="rounded=1;arcSize=8;whiteSpace=wrap;html=1;fillColor=#FCFAFF;strokeColor=#C5B4EC;strokeWidth=1.5;fontFamily=Comic Sans MS;" value="" vertex="1">
          <mxGeometry height="138" width="105" x="931" y="632" as="geometry" />
        </mxCell>
        <mxCell id="v134" parent="1" style="text;html=1;whiteSpace=wrap;align=center;verticalAlign=middle;fontFamily=Comic Sans MS;fontSize=15;fontColor=#111111;fontStyle=0;spacing=0;" value="任务掩码" vertex="1">
          <mxGeometry height="42" width="95" x="936" y="640" as="geometry" />
        </mxCell>
        <mxCell id="v135" parent="1" style="rounded=1;arcSize=8;whiteSpace=wrap;html=1;fillColor=#FFF9E9;strokeColor=#E5C976;strokeWidth=1.5;fontFamily=Comic Sans MS;" value="" vertex="1">
          <mxGeometry height="138" width="105" x="1058" y="632" as="geometry" />
        </mxCell>
        <mxCell id="v136" parent="1" style="text;html=1;whiteSpace=wrap;align=center;verticalAlign=middle;fontFamily=Comic Sans MS;fontSize=15;fontColor=#111111;fontStyle=0;spacing=0;" value="Emotion&lt;br&gt;Token&lt;br&gt;Attention" vertex="1">
          <mxGeometry height="42" width="95" x="1063" y="640" as="geometry" />
        </mxCell>
        <mxCell id="v137" parent="1" style="rounded=1;arcSize=8;whiteSpace=wrap;html=1;fillColor=#F7FCF8;strokeColor=#AACDAE;strokeWidth=1.5;fontFamily=Comic Sans MS;" value="" vertex="1">
          <mxGeometry height="138" width="105" x="1185" y="632" as="geometry" />
        </mxCell>
        <mxCell id="v138" parent="1" style="text;html=1;whiteSpace=wrap;align=center;verticalAlign=middle;fontFamily=Comic Sans MS;fontSize=15;fontColor=#111111;fontStyle=0;spacing=0;" value="情感条件&lt;br&gt;特征" vertex="1">
          <mxGeometry height="42" width="95" x="1190" y="640" as="geometry" />
        </mxCell>
        <mxCell id="e139" edge="1" parent="1" source="v129" style="edgeStyle=orthogonalEdgeStyle;rounded=0;html=1;strokeColor=#111111;strokeWidth=2;endArrow=block;endFill=1;fontFamily=Comic Sans MS;" target="v131" value="">
          <mxGeometry relative="1" as="geometry" />
        </mxCell>
        <mxCell id="e140" edge="1" parent="1" source="v131" style="edgeStyle=orthogonalEdgeStyle;rounded=0;html=1;strokeColor=#111111;strokeWidth=2;endArrow=block;endFill=1;fontFamily=Comic Sans MS;" target="v133" value="">
          <mxGeometry relative="1" as="geometry" />
        </mxCell>
        <mxCell id="e141" edge="1" parent="1" source="v133" style="edgeStyle=orthogonalEdgeStyle;rounded=0;html=1;strokeColor=#111111;strokeWidth=2;endArrow=block;endFill=1;fontFamily=Comic Sans MS;" target="v135" value="">
          <mxGeometry relative="1" as="geometry" />
        </mxCell>
        <mxCell id="e142" edge="1" parent="1" source="v135" style="edgeStyle=orthogonalEdgeStyle;rounded=0;html=1;strokeColor=#111111;strokeWidth=2;endArrow=block;endFill=1;fontFamily=Comic Sans MS;" target="v137" value="">
          <mxGeometry relative="1" as="geometry" />
        </mxCell>
        <mxCell id="e143" edge="1" parent="1" style="edgeStyle=none;html=1;strokeColor=#3D75CC;strokeWidth=2;endArrow=none;" value="">
          <mxGeometry relative="1" as="geometry">
            <Array as="points">
              <mxPoint x="687" y="731" />
              <mxPoint x="692" y="731" />
            </Array>
          </mxGeometry>
        </mxCell>
        <mxCell id="e144" edge="1" parent="1" style="edgeStyle=none;html=1;strokeColor=#3D75CC;strokeWidth=2;endArrow=none;" value="">
          <mxGeometry relative="1" as="geometry">
            <Array as="points">
              <mxPoint x="692" y="731" />
              <mxPoint x="696" y="724" />
            </Array>
          </mxGeometry>
        </mxCell>
        <mxCell id="e145" edge="1" parent="1" style="edgeStyle=none;html=1;strokeColor=#3D75CC;strokeWidth=2;endArrow=none;" value="">
          <mxGeometry relative="1" as="geometry">
            <Array as="points">
              <mxPoint x="696" y="724" />
              <mxPoint x="700" y="741" />
            </Array>
          </mxGeometry>
        </mxCell>
        <mxCell id="e146" edge="1" parent="1" style="edgeStyle=none;html=1;strokeColor=#3D75CC;strokeWidth=2;endArrow=none;" value="">
          <mxGeometry relative="1" as="geometry">
            <Array as="points">
              <mxPoint x="700" y="741" />
              <mxPoint x="704" y="713" />
            </Array>
          </mxGeometry>
        </mxCell>
        <mxCell id="e147" edge="1" parent="1" style="edgeStyle=none;html=1;strokeColor=#3D75CC;strokeWidth=2;endArrow=none;" value="">
          <mxGeometry relative="1" as="geometry">
            <Array as="points">
              <mxPoint x="704" y="713" />
              <mxPoint x="708" y="748" />
            </Array>
          </mxGeometry>
        </mxCell>
        <mxCell id="e148" edge="1" parent="1" style="edgeStyle=none;html=1;strokeColor=#3D75CC;strokeWidth=2;endArrow=none;" value="">
          <mxGeometry relative="1" as="geometry">
            <Array as="points">
              <mxPoint x="708" y="748" />
              <mxPoint x="712" y="722" />
            </Array>
          </mxGeometry>
        </mxCell>
        <mxCell id="e149" edge="1" parent="1" style="edgeStyle=none;html=1;strokeColor=#3D75CC;strokeWidth=2;endArrow=none;" value="">
          <mxGeometry relative="1" as="geometry">
            <Array as="points">
              <mxPoint x="712" y="722" />
              <mxPoint x="716" y="739" />
            </Array>
          </mxGeometry>
        </mxCell>
        <mxCell id="e150" edge="1" parent="1" style="edgeStyle=none;html=1;strokeColor=#3D75CC;strokeWidth=2;endArrow=none;" value="">
          <mxGeometry relative="1" as="geometry">
            <Array as="points">
              <mxPoint x="716" y="739" />
              <mxPoint x="720" y="715" />
            </Array>
          </mxGeometry>
        </mxCell>
        <mxCell id="e151" edge="1" parent="1" style="edgeStyle=none;html=1;strokeColor=#3D75CC;strokeWidth=2;endArrow=none;" value="">
          <mxGeometry relative="1" as="geometry">
            <Array as="points">
              <mxPoint x="720" y="715" />
              <mxPoint x="724" y="747" />
            </Array>
          </mxGeometry>
        </mxCell>
        <mxCell id="e152" edge="1" parent="1" style="edgeStyle=none;html=1;strokeColor=#3D75CC;strokeWidth=2;endArrow=none;" value="">
          <mxGeometry relative="1" as="geometry">
            <Array as="points">
              <mxPoint x="724" y="747" />
              <mxPoint x="728" y="727" />
            </Array>
          </mxGeometry>
        </mxCell>
        <mxCell id="e153" edge="1" parent="1" style="edgeStyle=none;html=1;strokeColor=#3D75CC;strokeWidth=2;endArrow=none;" value="">
          <mxGeometry relative="1" as="geometry">
            <Array as="points">
              <mxPoint x="728" y="727" />
              <mxPoint x="732" y="734" />
            </Array>
          </mxGeometry>
        </mxCell>
        <mxCell id="e154" edge="1" parent="1" style="edgeStyle=none;html=1;strokeColor=#3D75CC;strokeWidth=2;endArrow=none;" value="">
          <mxGeometry relative="1" as="geometry">
            <Array as="points">
              <mxPoint x="732" y="734" />
              <mxPoint x="736" y="720" />
            </Array>
          </mxGeometry>
        </mxCell>
        <mxCell id="e155" edge="1" parent="1" style="edgeStyle=none;html=1;strokeColor=#3D75CC;strokeWidth=2;endArrow=none;" value="">
          <mxGeometry relative="1" as="geometry">
            <Array as="points">
              <mxPoint x="736" y="720" />
              <mxPoint x="740" y="744" />
            </Array>
          </mxGeometry>
        </mxCell>
        <mxCell id="e156" edge="1" parent="1" style="edgeStyle=none;html=1;strokeColor=#3D75CC;strokeWidth=2;endArrow=none;" value="">
          <mxGeometry relative="1" as="geometry">
            <Array as="points">
              <mxPoint x="740" y="744" />
              <mxPoint x="744" y="725" />
            </Array>
          </mxGeometry>
        </mxCell>
        <mxCell id="e157" edge="1" parent="1" style="edgeStyle=none;html=1;strokeColor=#3D75CC;strokeWidth=2;endArrow=none;" value="">
          <mxGeometry relative="1" as="geometry">
            <Array as="points">
              <mxPoint x="744" y="725" />
              <mxPoint x="748" y="735" />
            </Array>
          </mxGeometry>
        </mxCell>
        <mxCell id="e158" edge="1" parent="1" style="edgeStyle=none;html=1;strokeColor=#3D75CC;strokeWidth=2;endArrow=none;" value="">
          <mxGeometry relative="1" as="geometry">
            <Array as="points">
              <mxPoint x="748" y="735" />
              <mxPoint x="754" y="731" />
            </Array>
          </mxGeometry>
        </mxCell>
        <mxCell id="e159" edge="1" parent="1" style="edgeStyle=none;html=1;strokeColor=#3D75CC;strokeWidth=2;endArrow=none;" value="">
          <mxGeometry relative="1" as="geometry">
            <Array as="points">
              <mxPoint x="754" y="731" />
              <mxPoint x="763" y="731" />
            </Array>
          </mxGeometry>
        </mxCell>
        <mxCell id="v160" parent="1" style="ellipse;whiteSpace=wrap;html=1;fillColor=#8AB3EA;strokeColor=#466392;strokeWidth=1;fontFamily=Comic Sans MS;" value="" vertex="1">
          <mxGeometry height="10" width="10" x="821" y="713" as="geometry" />
        </mxCell>
        <mxCell id="v161" parent="1" style="ellipse;whiteSpace=wrap;html=1;fillColor=#8AB3EA;strokeColor=#466392;strokeWidth=1;fontFamily=Comic Sans MS;" value="" vertex="1">
          <mxGeometry height="10" width="10" x="821" y="736" as="geometry" />
        </mxCell>
        <mxCell id="v162" parent="1" style="ellipse;whiteSpace=wrap;html=1;fillColor=#8AB3EA;strokeColor=#466392;strokeWidth=1;fontFamily=Comic Sans MS;" value="" vertex="1">
          <mxGeometry height="10" width="10" x="844" y="701" as="geometry" />
        </mxCell>
        <mxCell id="v163" parent="1" style="ellipse;whiteSpace=wrap;html=1;fillColor=#8AB3EA;strokeColor=#466392;strokeWidth=1;fontFamily=Comic Sans MS;" value="" vertex="1">
          <mxGeometry height="10" width="10" x="844" y="724" as="geometry" />
        </mxCell>
        <mxCell id="v164" parent="1" style="ellipse;whiteSpace=wrap;html=1;fillColor=#8AB3EA;strokeColor=#466392;strokeWidth=1;fontFamily=Comic Sans MS;" value="" vertex="1">
          <mxGeometry height="10" width="10" x="844" y="747" as="geometry" />
        </mxCell>
        <mxCell id="v165" parent="1" style="ellipse;whiteSpace=wrap;html=1;fillColor=#8AB3EA;strokeColor=#466392;strokeWidth=1;fontFamily=Comic Sans MS;" value="" vertex="1">
          <mxGeometry height="10" width="10" x="867" y="713" as="geometry" />
        </mxCell>
        <mxCell id="v166" parent="1" style="ellipse;whiteSpace=wrap;html=1;fillColor=#8AB3EA;strokeColor=#466392;strokeWidth=1;fontFamily=Comic Sans MS;" value="" vertex="1">
          <mxGeometry height="10" width="10" x="867" y="736" as="geometry" />
        </mxCell>
        <mxCell id="e167" edge="1" parent="1" source="v160" style="edgeStyle=none;html=1;strokeColor=#49648A;strokeWidth=1;endArrow=none;fontFamily=Comic Sans MS;" target="v162" value="">
          <mxGeometry relative="1" as="geometry" />
        </mxCell>
        <mxCell id="e168" edge="1" parent="1" source="v160" style="edgeStyle=none;html=1;strokeColor=#49648A;strokeWidth=1;endArrow=none;fontFamily=Comic Sans MS;" target="v163" value="">
          <mxGeometry relative="1" as="geometry" />
        </mxCell>
        <mxCell id="e169" edge="1" parent="1" source="v160" style="edgeStyle=none;html=1;strokeColor=#49648A;strokeWidth=1;endArrow=none;fontFamily=Comic Sans MS;" target="v164" value="">
          <mxGeometry relative="1" as="geometry" />
        </mxCell>
        <mxCell id="e170" edge="1" parent="1" source="v161" style="edgeStyle=none;html=1;strokeColor=#49648A;strokeWidth=1;endArrow=none;fontFamily=Comic Sans MS;" target="v162" value="">
          <mxGeometry relative="1" as="geometry" />
        </mxCell>
        <mxCell id="e171" edge="1" parent="1" source="v161" style="edgeStyle=none;html=1;strokeColor=#49648A;strokeWidth=1;endArrow=none;fontFamily=Comic Sans MS;" target="v163" value="">
          <mxGeometry relative="1" as="geometry" />
        </mxCell>
        <mxCell id="e172" edge="1" parent="1" source="v161" style="edgeStyle=none;html=1;strokeColor=#49648A;strokeWidth=1;endArrow=none;fontFamily=Comic Sans MS;" target="v164" value="">
          <mxGeometry relative="1" as="geometry" />
        </mxCell>
        <mxCell id="e173" edge="1" parent="1" source="v162" style="edgeStyle=none;html=1;strokeColor=#49648A;strokeWidth=1;endArrow=none;fontFamily=Comic Sans MS;" target="v165" value="">
          <mxGeometry relative="1" as="geometry" />
        </mxCell>
        <mxCell id="e174" edge="1" parent="1" source="v162" style="edgeStyle=none;html=1;strokeColor=#49648A;strokeWidth=1;endArrow=none;fontFamily=Comic Sans MS;" target="v166" value="">
          <mxGeometry relative="1" as="geometry" />
        </mxCell>
        <mxCell id="e175" edge="1" parent="1" source="v163" style="edgeStyle=none;html=1;strokeColor=#49648A;strokeWidth=1;endArrow=none;fontFamily=Comic Sans MS;" target="v165" value="">
          <mxGeometry relative="1" as="geometry" />
        </mxCell>
        <mxCell id="e176" edge="1" parent="1" source="v163" style="edgeStyle=none;html=1;strokeColor=#49648A;strokeWidth=1;endArrow=none;fontFamily=Comic Sans MS;" target="v166" value="">
          <mxGeometry relative="1" as="geometry" />
        </mxCell>
        <mxCell id="e177" edge="1" parent="1" source="v164" style="edgeStyle=none;html=1;strokeColor=#49648A;strokeWidth=1;endArrow=none;fontFamily=Comic Sans MS;" target="v165" value="">
          <mxGeometry relative="1" as="geometry" />
        </mxCell>
        <mxCell id="e178" edge="1" parent="1" source="v164" style="edgeStyle=none;html=1;strokeColor=#49648A;strokeWidth=1;endArrow=none;fontFamily=Comic Sans MS;" target="v166" value="">
          <mxGeometry relative="1" as="geometry" />
        </mxCell>
        <mxCell id="v179" parent="1" style="shape=rect;fillColor=#222222;strokeColor=#777777;strokeWidth=1;fontFamily=Comic Sans MS;" value="" vertex="1">
          <mxGeometry height="17" width="20" x="944" y="704" as="geometry" />
        </mxCell>
        <mxCell id="v180" parent="1" style="shape=rect;fillColor=#F4F2F7;strokeColor=#777777;strokeWidth=1;fontFamily=Comic Sans MS;" value="" vertex="1">
          <mxGeometry height="17" width="20" x="964" y="704" as="geometry" />
        </mxCell>
        <mxCell id="v181" parent="1" style="shape=rect;fillColor=#FFFFFF;strokeColor=#777777;strokeWidth=1;fontFamily=Comic Sans MS;" value="" vertex="1">
          <mxGeometry height="17" width="20" x="984" y="704" as="geometry" />
        </mxCell>
        <mxCell id="v182" parent="1" style="shape=rect;fillColor=#FFFFFF;strokeColor=#777777;strokeWidth=1;fontFamily=Comic Sans MS;" value="" vertex="1">
          <mxGeometry height="17" width="20" x="1004" y="704" as="geometry" />
        </mxCell>
        <mxCell id="v183" parent="1" style="shape=rect;fillColor=#F6F4F7;strokeColor=#777777;strokeWidth=1;fontFamily=Comic Sans MS;" value="" vertex="1">
          <mxGeometry height="17" width="20" x="944" y="721" as="geometry" />
        </mxCell>
        <mxCell id="v184" parent="1" style="shape=rect;fillColor=#FFFFFF;strokeColor=#777777;strokeWidth=1;fontFamily=Comic Sans MS;" value="" vertex="1">
          <mxGeometry height="17" width="20" x="964" y="721" as="geometry" />
        </mxCell>
        <mxCell id="v185" parent="1" style="shape=rect;fillColor=#ECE8F3;strokeColor=#777777;strokeWidth=1;fontFamily=Comic Sans MS;" value="" vertex="1">
          <mxGeometry height="17" width="20" x="984" y="721" as="geometry" />
        </mxCell>
        <mxCell id="v186" parent="1" style="shape=rect;fillColor=#FFFFFF;strokeColor=#777777;strokeWidth=1;fontFamily=Comic Sans MS;" value="" vertex="1">
          <mxGeometry height="17" width="20" x="1004" y="721" as="geometry" />
        </mxCell>
        <mxCell id="v187" parent="1" style="shape=rect;fillColor=#FFFFFF;strokeColor=#777777;strokeWidth=1;fontFamily=Comic Sans MS;" value="" vertex="1">
          <mxGeometry height="17" width="20" x="944" y="738" as="geometry" />
        </mxCell>
        <mxCell id="v188" parent="1" style="shape=rect;fillColor=#ECE8F3;strokeColor=#777777;strokeWidth=1;fontFamily=Comic Sans MS;" value="" vertex="1">
          <mxGeometry height="17" width="20" x="964" y="738" as="geometry" />
        </mxCell>
        <mxCell id="v189" parent="1" style="shape=rect;fillColor=#FFFFFF;strokeColor=#777777;strokeWidth=1;fontFamily=Comic Sans MS;" value="" vertex="1">
          <mxGeometry height="17" width="20" x="984" y="738" as="geometry" />
        </mxCell>
        <mxCell id="v190" parent="1" style="shape=rect;fillColor=#F7F5FA;strokeColor=#777777;strokeWidth=1;fontFamily=Comic Sans MS;" value="" vertex="1">
          <mxGeometry height="17" width="20" x="1004" y="738" as="geometry" />
        </mxCell>
        <mxCell id="v191" parent="1" style="shape=rect;fillColor=#FFFFFF;strokeColor=#777777;strokeWidth=1;fontFamily=Comic Sans MS;" value="" vertex="1">
          <mxGeometry height="17" width="20" x="944" y="755" as="geometry" />
        </mxCell>
        <mxCell id="v192" parent="1" style="shape=rect;fillColor=#FFFFFF;strokeColor=#777777;strokeWidth=1;fontFamily=Comic Sans MS;" value="" vertex="1">
          <mxGeometry height="17" width="20" x="964" y="755" as="geometry" />
        </mxCell>
        <mxCell id="v193" parent="1" style="shape=rect;fillColor=#F3F0F7;strokeColor=#777777;strokeWidth=1;fontFamily=Comic Sans MS;" value="" vertex="1">
          <mxGeometry height="17" width="20" x="984" y="755" as="geometry" />
        </mxCell>
        <mxCell id="v194" parent="1" style="shape=rect;fillColor=#222222;strokeColor=#777777;strokeWidth=1;fontFamily=Comic Sans MS;" value="" vertex="1">
          <mxGeometry height="17" width="20" x="1004" y="755" as="geometry" />
        </mxCell>
        <mxCell id="v195" parent="1" style="shape=rect;fillColor=#FFFFFF;strokeColor=#333333;strokeWidth=1;fontFamily=Comic Sans MS;" value="" vertex="1">
          <mxGeometry height="12" width="12" x="1070" y="704" as="geometry" />
        </mxCell>
        <mxCell id="v196" parent="1" style="shape=rect;fillColor=#8F6BCF;strokeColor=#513B96;strokeWidth=1;fontFamily=Comic Sans MS;" value="" vertex="1">
          <mxGeometry height="16" width="16" x="1068" y="742" as="geometry" />
        </mxCell>
        <mxCell id="v197" parent="1" style="shape=rect;fillColor=#FFFFFF;strokeColor=#333333;strokeWidth=1;fontFamily=Comic Sans MS;" value="" vertex="1">
          <mxGeometry height="12" width="12" x="1088" y="704" as="geometry" />
        </mxCell>
        <mxCell id="v198" parent="1" style="shape=rect;fillColor=#8F6BCF;strokeColor=#513B96;strokeWidth=1;fontFamily=Comic Sans MS;" value="" vertex="1">
          <mxGeometry height="16" width="16" x="1088" y="742" as="geometry" />
        </mxCell>
        <mxCell id="v199" parent="1" style="shape=rect;fillColor=#FFFFFF;strokeColor=#333333;strokeWidth=1;fontFamily=Comic Sans MS;" value="" vertex="1">
          <mxGeometry height="12" width="12" x="1106" y="704" as="geometry" />
        </mxCell>
        <mxCell id="v200" parent="1" style="shape=rect;fillColor=#8F6BCF;strokeColor=#513B96;strokeWidth=1;fontFamily=Comic Sans MS;" value="" vertex="1">
          <mxGeometry height="16" width="16" x="1108" y="742" as="geometry" />
        </mxCell>
        <mxCell id="v201" parent="1" style="shape=rect;fillColor=#FFFFFF;strokeColor=#333333;strokeWidth=1;fontFamily=Comic Sans MS;" value="" vertex="1">
          <mxGeometry height="12" width="12" x="1124" y="704" as="geometry" />
        </mxCell>
        <mxCell id="v202" parent="1" style="shape=rect;fillColor=#8F6BCF;strokeColor=#513B96;strokeWidth=1;fontFamily=Comic Sans MS;" value="" vertex="1">
          <mxGeometry height="16" width="16" x="1128" y="742" as="geometry" />
        </mxCell>
        <mxCell id="v203" parent="1" style="shape=rect;fillColor=#FFFFFF;strokeColor=#333333;strokeWidth=1;fontFamily=Comic Sans MS;" value="" vertex="1">
          <mxGeometry height="12" width="12" x="1142" y="704" as="geometry" />
        </mxCell>
        <mxCell id="v204" parent="1" style="shape=rect;fillColor=#8F6BCF;strokeColor=#513B96;strokeWidth=1;fontFamily=Comic Sans MS;" value="" vertex="1">
          <mxGeometry height="16" width="16" x="1148" y="742" as="geometry" />
        </mxCell>
        <mxCell id="e205" edge="1" parent="1" source="v195" style="edgeStyle=none;html=1;strokeColor=#555555;strokeWidth=1;endArrow=none;fontFamily=Comic Sans MS;" target="v196" value="">
          <mxGeometry relative="1" as="geometry" />
        </mxCell>
        <mxCell id="e206" edge="1" parent="1" source="v195" style="edgeStyle=none;html=1;strokeColor=#555555;strokeWidth=1;endArrow=none;fontFamily=Comic Sans MS;" target="v198" value="">
          <mxGeometry relative="1" as="geometry" />
        </mxCell>
        <mxCell id="e207" edge="1" parent="1" source="v197" style="edgeStyle=none;html=1;strokeColor=#555555;strokeWidth=1;endArrow=none;fontFamily=Comic Sans MS;" target="v196" value="">
          <mxGeometry relative="1" as="geometry" />
        </mxCell>
        <mxCell id="e208" edge="1" parent="1" source="v197" style="edgeStyle=none;html=1;strokeColor=#555555;strokeWidth=1;endArrow=none;fontFamily=Comic Sans MS;" target="v198" value="">
          <mxGeometry relative="1" as="geometry" />
        </mxCell>
        <mxCell id="e209" edge="1" parent="1" source="v197" style="edgeStyle=none;html=1;strokeColor=#555555;strokeWidth=1;endArrow=none;fontFamily=Comic Sans MS;" target="v200" value="">
          <mxGeometry relative="1" as="geometry" />
        </mxCell>
        <mxCell id="e210" edge="1" parent="1" source="v199" style="edgeStyle=none;html=1;strokeColor=#555555;strokeWidth=1;endArrow=none;fontFamily=Comic Sans MS;" target="v198" value="">
          <mxGeometry relative="1" as="geometry" />
        </mxCell>
        <mxCell id="e211" edge="1" parent="1" source="v199" style="edgeStyle=none;html=1;strokeColor=#555555;strokeWidth=1;endArrow=none;fontFamily=Comic Sans MS;" target="v200" value="">
          <mxGeometry relative="1" as="geometry" />
        </mxCell>
        <mxCell id="e212" edge="1" parent="1" source="v199" style="edgeStyle=none;html=1;strokeColor=#555555;strokeWidth=1;endArrow=none;fontFamily=Comic Sans MS;" target="v202" value="">
          <mxGeometry relative="1" as="geometry" />
        </mxCell>
        <mxCell id="e213" edge="1" parent="1" source="v201" style="edgeStyle=none;html=1;strokeColor=#555555;strokeWidth=1;endArrow=none;fontFamily=Comic Sans MS;" target="v200" value="">
          <mxGeometry relative="1" as="geometry" />
        </mxCell>
        <mxCell id="e214" edge="1" parent="1" source="v201" style="edgeStyle=none;html=1;strokeColor=#555555;strokeWidth=1;endArrow=none;fontFamily=Comic Sans MS;" target="v202" value="">
          <mxGeometry relative="1" as="geometry" />
        </mxCell>
        <mxCell id="e215" edge="1" parent="1" source="v201" style="edgeStyle=none;html=1;strokeColor=#555555;strokeWidth=1;endArrow=none;fontFamily=Comic Sans MS;" target="v204" value="">
          <mxGeometry relative="1" as="geometry" />
        </mxCell>
        <mxCell id="e216" edge="1" parent="1" source="v203" style="edgeStyle=none;html=1;strokeColor=#555555;strokeWidth=1;endArrow=none;fontFamily=Comic Sans MS;" target="v202" value="">
          <mxGeometry relative="1" as="geometry" />
        </mxCell>
        <mxCell id="e217" edge="1" parent="1" source="v203" style="edgeStyle=none;html=1;strokeColor=#555555;strokeWidth=1;endArrow=none;fontFamily=Comic Sans MS;" target="v204" value="">
          <mxGeometry relative="1" as="geometry" />
        </mxCell>
        <mxCell id="v218" parent="1" style="shape=rect;fillColor=#8B6AC7;gradientColor=#C6B4E7;gradientDirection=north;strokeColor=#6E55A9;strokeWidth=1;fontFamily=Comic Sans MS;" value="" vertex="1">
          <mxGeometry height="34" width="16" x="1198" y="714" as="geometry" />
        </mxCell>
        <mxCell id="v219" parent="1" style="shape=rect;fillColor=#8B6AC7;gradientColor=#C6B4E7;gradientDirection=north;strokeColor=#6E55A9;strokeWidth=1;fontFamily=Comic Sans MS;" value="" vertex="1">
          <mxGeometry height="42" width="16" x="1220" y="706" as="geometry" />
        </mxCell>
        <mxCell id="v220" parent="1" style="shape=rect;fillColor=#8B6AC7;gradientColor=#C6B4E7;gradientDirection=north;strokeColor=#6E55A9;strokeWidth=1;fontFamily=Comic Sans MS;" value="" vertex="1">
          <mxGeometry height="38" width="16" x="1242" y="710" as="geometry" />
        </mxCell>
        <mxCell id="v221" parent="1" style="shape=rect;fillColor=#8B6AC7;gradientColor=#C6B4E7;gradientDirection=north;strokeColor=#6E55A9;strokeWidth=1;fontFamily=Comic Sans MS;" value="" vertex="1">
          <mxGeometry height="31" width="16" x="1264" y="717" as="geometry" />
        </mxCell>
        <mxCell id="v222" parent="1" style="text;html=1;whiteSpace=wrap;align=center;verticalAlign=middle;fontFamily=Comic Sans MS;fontSize=18;fontColor=#333333;fontStyle=1;spacing=0;" value="⋯" vertex="1">
          <mxGeometry height="20" width="12" x="1276" y="715" as="geometry" />
        </mxCell>
        <mxCell id="v223" parent="1" style="shape=line;strokeColor=#8B75D4;strokeWidth=1;dashed=1;dashPattern=6 4;fontFamily=Comic Sans MS;" value="" vertex="1">
          <mxGeometry height="1" width="620" x="685" y="786" as="geometry" />
        </mxCell>
        <mxCell id="v224" parent="1" style="text;html=1;whiteSpace=wrap;align=center;verticalAlign=middle;fontFamily=Comic Sans MS;fontSize=19;fontColor=#222222;fontStyle=0;spacing=0;" value="削弱非情感因素干扰，提取更纯净稳定的情感特征。" vertex="1">
          <mxGeometry height="30" width="580" x="705" y="795" as="geometry" />
        </mxCell>
        <mxCell id="e225" edge="1" parent="1" style="edgeStyle=orthogonalEdgeStyle;rounded=0;html=1;strokeColor=#5D43B3;strokeWidth=4;endArrow=none;" value="">
          <mxGeometry relative="1" as="geometry">
            <Array as="points">
              <mxPoint x="1322" y="378" />
              <mxPoint x="1355" y="378" />
              <mxPoint x="1355" y="519" />
            </Array>
          </mxGeometry>
        </mxCell>
        <mxCell id="e226" edge="1" parent="1" style="edgeStyle=orthogonalEdgeStyle;rounded=0;html=1;strokeColor=#5D43B3;strokeWidth=4;endArrow=none;" value="">
          <mxGeometry relative="1" as="geometry">
            <Array as="points">
              <mxPoint x="1322" y="695" />
              <mxPoint x="1355" y="695" />
              <mxPoint x="1355" y="519" />
            </Array>
          </mxGeometry>
        </mxCell>
        <mxCell id="e227" edge="1" parent="1" style="edgeStyle=orthogonalEdgeStyle;rounded=0;html=1;strokeColor=#5D43B3;strokeWidth=4;endArrow=block;endFill=1;" value="">
          <mxGeometry relative="1" as="geometry">
            <Array as="points">
              <mxPoint x="1355" y="519" />
              <mxPoint x="1403" y="519" />
            </Array>
          </mxGeometry>
        </mxCell>
        <mxCell id="v228" parent="1" style="ellipse;whiteSpace=wrap;html=1;fillColor=#FFFFFF;strokeColor=#D6C9EE;strokeWidth=5;fontFamily=Comic Sans MS;" value="" vertex="1">
          <mxGeometry height="135" width="135" x="1448" y="328" as="geometry" />
        </mxCell>
        <mxCell id="v229" parent="1" style="ellipse;whiteSpace=wrap;html=1;fillColor=#FFFFFF;strokeColor=#6F54BA;strokeWidth=9;fontFamily=Comic Sans MS;" value="" vertex="1">
          <mxGeometry height="92" width="92" x="1470" y="350" as="geometry" />
        </mxCell>
        <mxCell id="v230" parent="1" style="ellipse;whiteSpace=wrap;html=1;fillColor=#FFFFFF;strokeColor=#6F54BA;strokeWidth=9;fontFamily=Comic Sans MS;" value="" vertex="1">
          <mxGeometry height="48" width="48" x="1492" y="372" as="geometry" />
        </mxCell>
        <mxCell id="v231" parent="1" style="ellipse;whiteSpace=wrap;html=1;fillColor=#6F54BA;strokeColor=#6F54BA;strokeWidth=0;fontFamily=Comic Sans MS;" value="" vertex="1">
          <mxGeometry height="16" width="16" x="1508" y="388" as="geometry" />
        </mxCell>
        <mxCell id="v232" parent="1" style="shape=rect;rotation=-45;fillColor=#6F54BA;strokeColor=none;fontFamily=Comic Sans MS;" value="" vertex="1">
          <mxGeometry height="10" width="62" x="1514" y="365" as="geometry" />
        </mxCell>
        <mxCell id="v233" parent="1" style="shape=triangle;direction=east;rotation=-45;fillColor=#6F54BA;strokeColor=none;fontFamily=Comic Sans MS;" value="" vertex="1">
          <mxGeometry height="28" width="28" x="1561" y="341" as="geometry" />
        </mxCell>
        <mxCell id="v234" parent="1" style="shape=line;strokeColor=#8B75D4;strokeWidth=1;dashed=1;dashPattern=6 4;fontFamily=Comic Sans MS;" value="" vertex="1">
          <mxGeometry height="1" width="180" x="1425" y="522" as="geometry" />
        </mxCell>
        <mxCell id="v235" parent="1" style="text;html=1;whiteSpace=wrap;align=center;verticalAlign=middle;fontFamily=Comic Sans MS;fontSize=24;fontColor=#5134A6;fontStyle=1;spacing=0;" value="提升合成语音的&lt;br&gt;自然度、&lt;br&gt;情感可控性与&lt;br&gt;声学质量。" vertex="1">
          <mxGeometry height="180" width="170" x="1430" y="555" as="geometry" />
        </mxCell>
      </root>
    </mxGraphModel>
  </diagram>
</mxfile>
